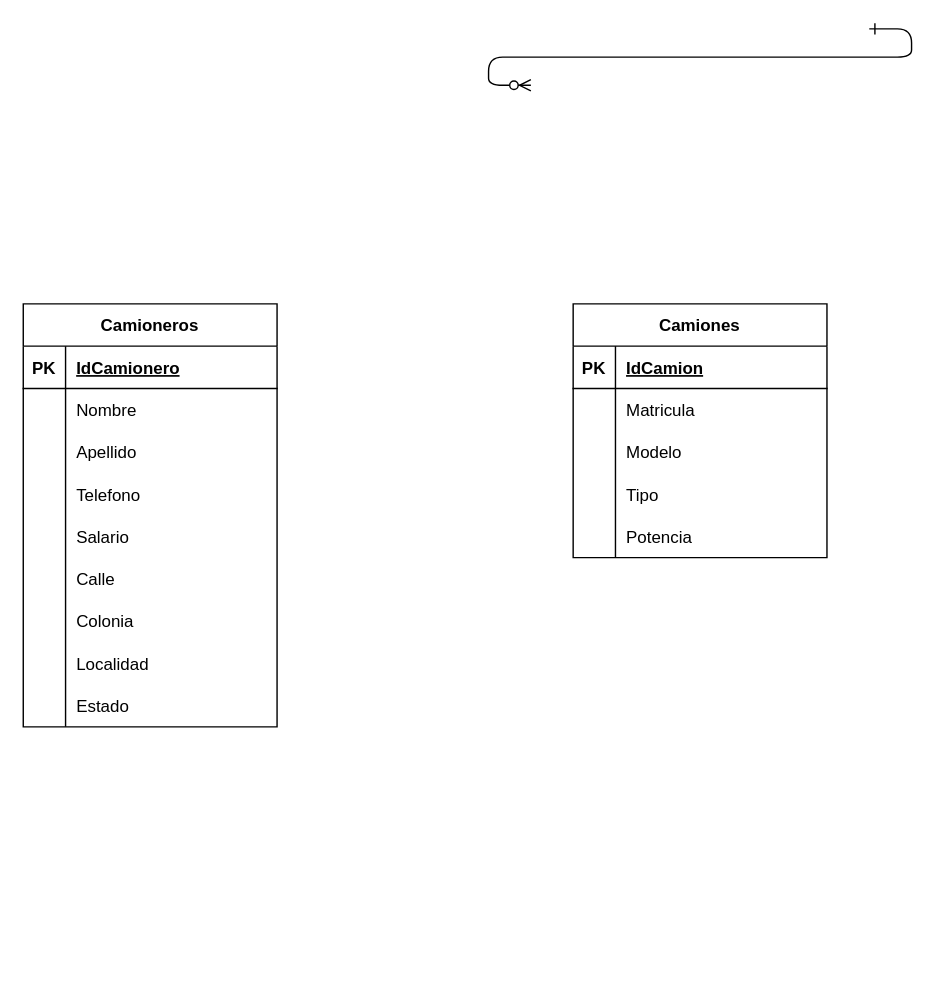
DanielaaER/Base-de-Datos keeps this draw.io diagram as Transportes.drawio. Above is the earlier version. Source tidied: cells renumbered, new cells numbered last; positions are measured from the earlier drawing's top-left corner, leaving out a move shared by most shapes. Both pictures are drawn from the tidied source at 141%, with x=0, y=0 at pixel (23, 28).
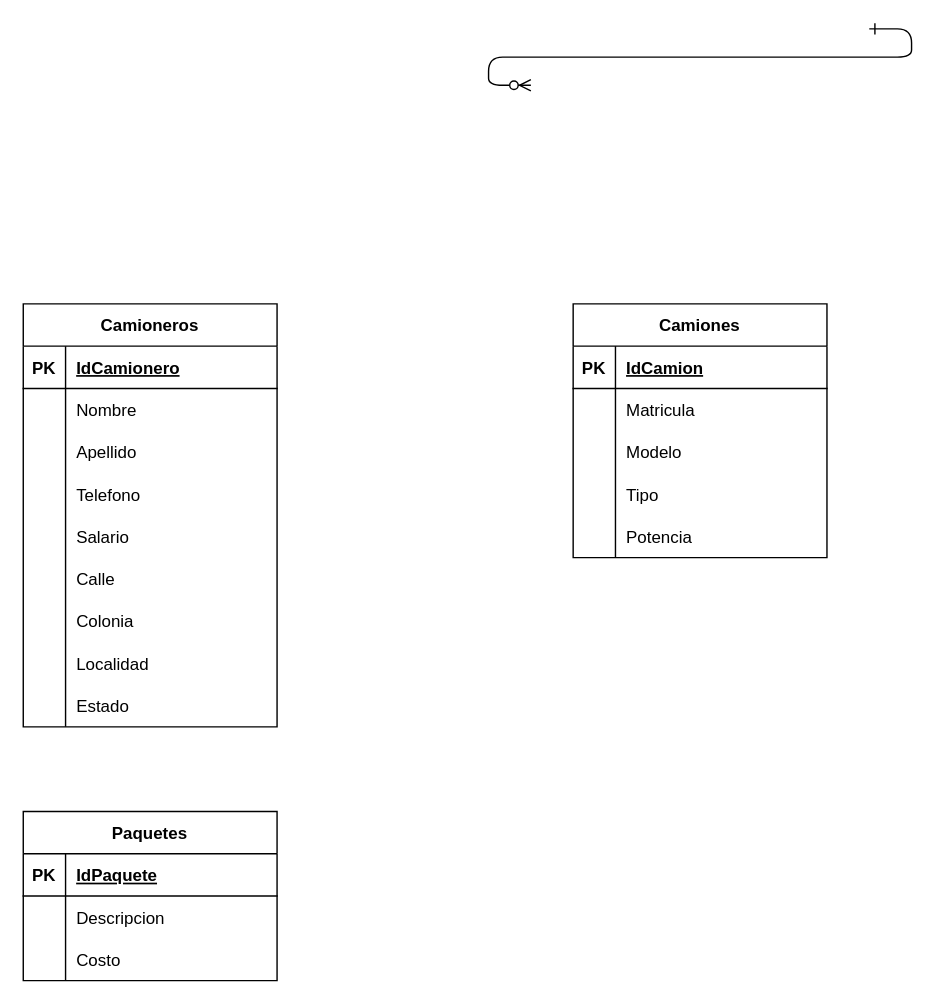
After the change.

Commit message:
agregue tabla paquetes

What changed in the source:
```diff
@@
+    <mxCell id="47" value="Paquetes" style="shape=table;startSize=30;childLayout=tableLayout;rowLines=0;fontStyle=1;align=center;" parent="1" vertex="1">
+      <mxGeometry y="555" width="180" height="120" as="geometry" />
+    </mxCell>
+    <mxCell id="48" style="shape=tableRow;horizontal=0;startSize=0;swimlaneHead=0;swimlaneBody=0;fillColor=none;top=0;left=0;right=0;bottom=1;" parent="47" vertex="1">
+      <mxGeometry y="30" width="180" height="30" as="geometry" />
+    </mxCell>
+    <mxCell id="49" value="PK" style="shape=partialRectangle;fillColor=none;top=0;left=0;bottom=0;right=0;fontStyle=1;overflow=hidden;" parent="48" vertex="1">
+      <mxGeometry width="30" height="30" as="geometry" />
+    </mxCell>
+    <mxCell id="50" value="IdPaquete" style="shape=partialRectangle;fillColor=none;top=0;left=0;bottom=0;right=0;align=left;spacingLeft=6;fontStyle=5;overflow=hidden;" parent="48" vertex="1">
+      <mxGeometry x="30" width="150" height="30" as="geometry" />
+    </mxCell>
+    <mxCell id="51" style="shape=tableRow;horizontal=0;startSize=0;swimlaneHead=0;swimlaneBody=0;fillColor=none;top=0;left=0;right=0;bottom=0;" parent="47" vertex="1">
+      <mxGeometry y="60" width="180" height="30" as="geometry" />
+    </mxCell>
+    <mxCell id="52" style="shape=partialRectangle;fillColor=none;top=0;left=0;bottom=0;right=0;overflow=hidden;" parent="51" vertex="1">
+      <mxGeometry width="30" height="30" as="geometry" />
+    </mxCell>
+    <mxCell id="53" value="Descripcion" style="shape=partialRectangle;fillColor=none;top=0;left=0;bottom=0;right=0;align=left;spacingLeft=6;overflow=hidden;" parent="51" vertex="1">
+      <mxGeometry x="30" width="150" height="30" as="geometry" />
+    </mxCell>
+    <mxCell id="54" style="shape=tableRow;horizontal=0;startSize=0;swimlaneHead=0;swimlaneBody=0;fillColor=none;top=0;left=0;right=0;bottom=0;" parent="47" vertex="1">
+      <mxGeometry y="90" width="180" height="30" as="geometry" />
+    </mxCell>
+    <mxCell id="55" style="shape=partialRectangle;fillColor=none;top=0;left=0;bottom=0;right=0;overflow=hidden;" parent="54" vertex="1">
+      <mxGeometry width="30" height="30" as="geometry" />
+    </mxCell>
+    <mxCell id="56" value="Costo" style="shape=partialRectangle;fillColor=none;top=0;left=0;bottom=0;right=0;align=left;spacingLeft=6;overflow=hidden;" parent="54" vertex="1">
+      <mxGeometry x="30" width="150" height="30" as="geometry" />
+    </mxCell>
```
